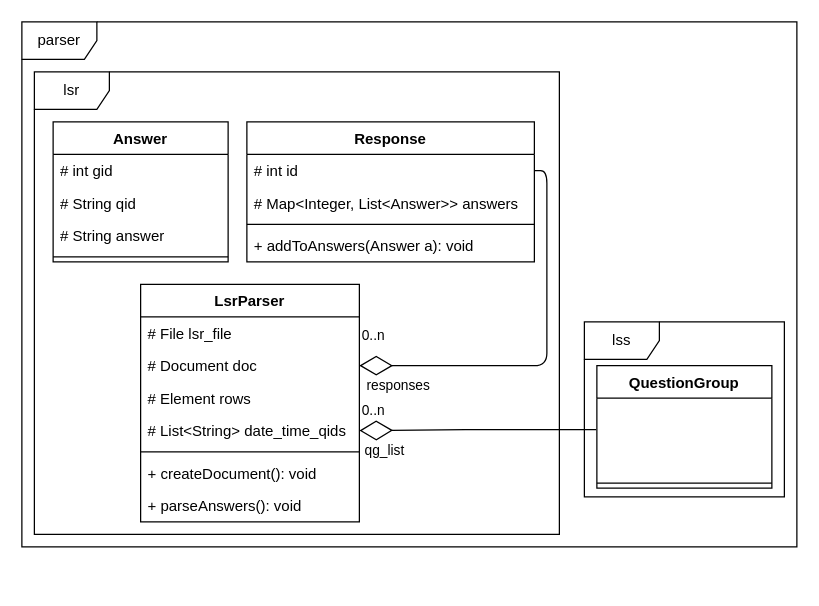
Above: img/drawio/cls_lsr.drawio in Delzye/bachelors_thesis_anton_mende (draw.io), before the change. Source tidied: cells renumbered, new cells numbered last; positions are measured from the earlier drawing's top-left corner, leaving out a move shared by most shapes. Both pictures are drawn from the tidied source at 125%, with x=0, y=0 at pixel (21, 21).
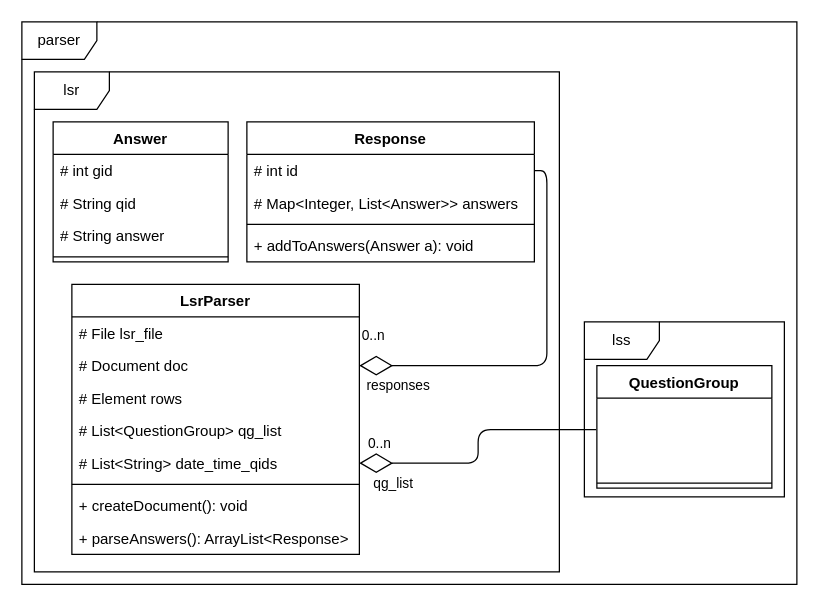
After the change.

What changed in the source:
```diff
@@
     <mxCell id="2" value="parser" style="shape=umlFrame;whiteSpace=wrap;html=1;" parent="1" vertex="1">
-      <mxGeometry width="620" height="420" as="geometry" />
+      <mxGeometry width="620" height="450" as="geometry" />
     </mxCell>
     <mxCell id="3" value="lsr" style="shape=umlFrame;whiteSpace=wrap;html=1;" parent="1" vertex="1">
-      <mxGeometry x="10" y="40" width="420" height="370" as="geometry" />
+      <mxGeometry x="10" y="40" width="420" height="400" as="geometry" />
     </mxCell>
@@
     <mxCell id="15" value="LsrParser" style="swimlane;fontStyle=1;horizontal=1;startSize=26;fillColor=none;" parent="1" vertex="1">
-      <mxGeometry x="95" y="210" width="175" height="190" as="geometry" />
+      <mxGeometry x="40" y="210" width="230" height="216" as="geometry" />
     </mxCell>
     <mxCell id="16" value="# File lsr_file" style="text;strokeColor=none;fillColor=none;align=left;verticalAlign=top;spacingLeft=4;spacingRight=4;overflow=hidden;" parent="15" vertex="1">
-      <mxGeometry y="26" width="175" height="26" as="geometry" />
+      <mxGeometry y="26" width="230" height="26" as="geometry" />
     </mxCell>
     <mxCell id="17" value="# Document doc" style="text;strokeColor=none;fillColor=none;align=left;verticalAlign=top;spacingLeft=4;spacingRight=4;overflow=hidden;points=[[0,0.5],[1,0.5]];portConstraint=eastwest;" parent="15" vertex="1">
-      <mxGeometry y="52" width="175" height="26" as="geometry" />
+      <mxGeometry y="52" width="230" height="26" as="geometry" />
     </mxCell>
     <mxCell id="18" value="# Element rows" style="text;strokeColor=none;fillColor=none;align=left;verticalAlign=top;spacingLeft=4;spacingRight=4;overflow=hidden;" parent="15" vertex="1">
-      <mxGeometry y="78" width="175" height="26" as="geometry" />
+      <mxGeometry y="78" width="230" height="26" as="geometry" />
     </mxCell>
+    <mxCell id="32" value="# List&lt;QuestionGroup&gt; qg_list" style="text;strokeColor=none;fillColor=none;align=left;verticalAlign=top;spacingLeft=4;spacingRight=4;overflow=hidden;" parent="15" vertex="1">
+      <mxGeometry y="104" width="230" height="26" as="geometry" />
+    </mxCell>
     <mxCell id="19" value="# List&lt;String&gt; date_time_qids" style="text;strokeColor=none;fillColor=none;align=left;verticalAlign=top;spacingLeft=4;spacingRight=4;overflow=hidden;points=[[0,0.5],[1,0.5]];portConstraint=eastwest;" parent="15" vertex="1">
-      <mxGeometry y="104" width="175" height="26" as="geometry" />
+      <mxGeometry y="130" width="230" height="26" as="geometry" />
     </mxCell>
     <mxCell id="20" style="line;strokeWidth=1;fillColor=none;align=left;verticalAlign=middle;spacingTop=-1;spacingLeft=3;spacingRight=3;labelPosition=right;" parent="15" vertex="1">
-      <mxGeometry y="130" width="175" height="8" as="geometry" />
+      <mxGeometry y="156" width="230" height="8" as="geometry" />
     </mxCell>
     <mxCell id="21" value="+ createDocument(): void" style="text;strokeColor=none;fillColor=none;align=left;verticalAlign=top;spacingLeft=4;spacingRight=4;overflow=hidden;" parent="15" vertex="1">
-      <mxGeometry y="138" width="175" height="26" as="geometry" />
+      <mxGeometry y="164" width="230" height="26" as="geometry" />
     </mxCell>
-    <mxCell id="22" value="+ parseAnswers(): void" style="text;strokeColor=none;fillColor=none;align=left;verticalAlign=top;spacingLeft=4;spacingRight=4;overflow=hidden;" parent="15" vertex="1">
-      <mxGeometry y="164" width="175" height="26" as="geometry" />
+    <mxCell id="22" value="+ parseAnswers(): ArrayList&lt;Response&gt;" style="text;strokeColor=none;fillColor=none;align=left;verticalAlign=top;spacingLeft=4;spacingRight=4;overflow=hidden;" parent="15" vertex="1">
+      <mxGeometry y="190" width="230" height="26" as="geometry" />
     </mxCell>
```
